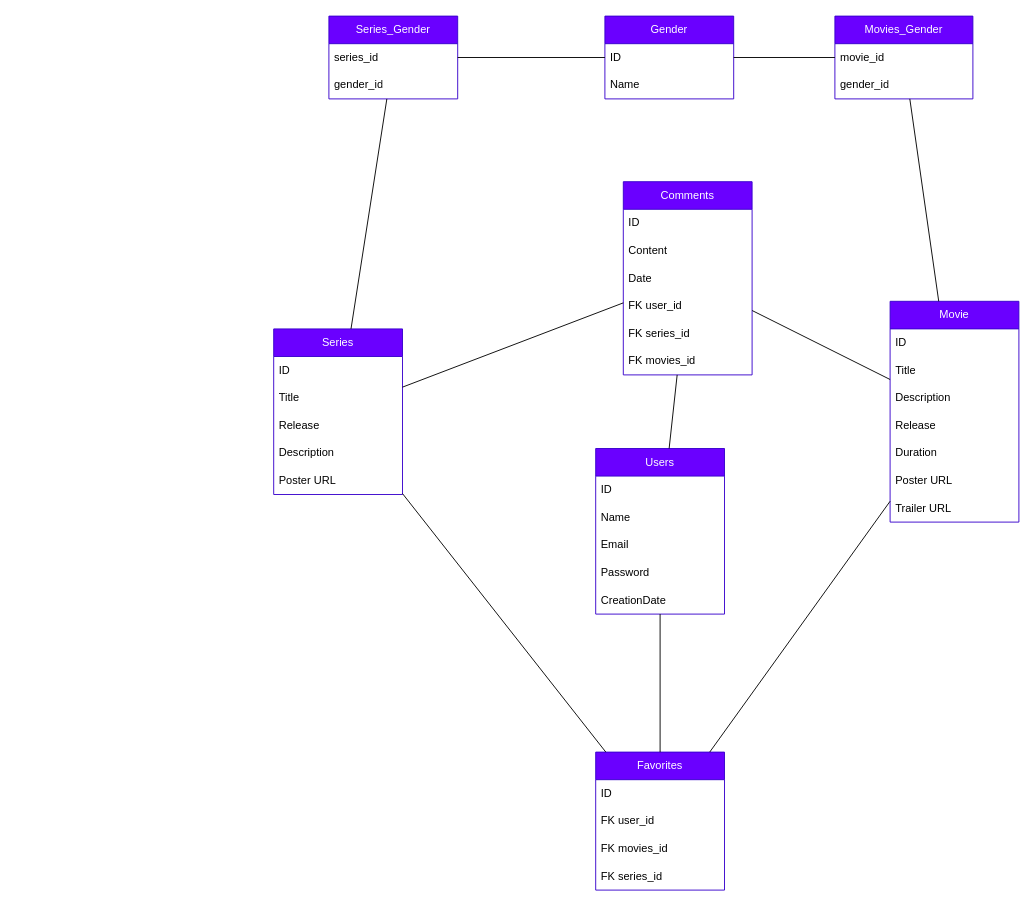
Before: code/server/merise/MCD.svg.drawio in Euca-Web/Movizz, a draw.io diagram. Source tidied: cells renumbered, new cells numbered last; positions are measured from the earlier drawing's top-left corner, leaving out a move shared by most shapes. Both pictures are drawn from the tidied source at 92%, with x=0, y=0 at pixel (273, 16).
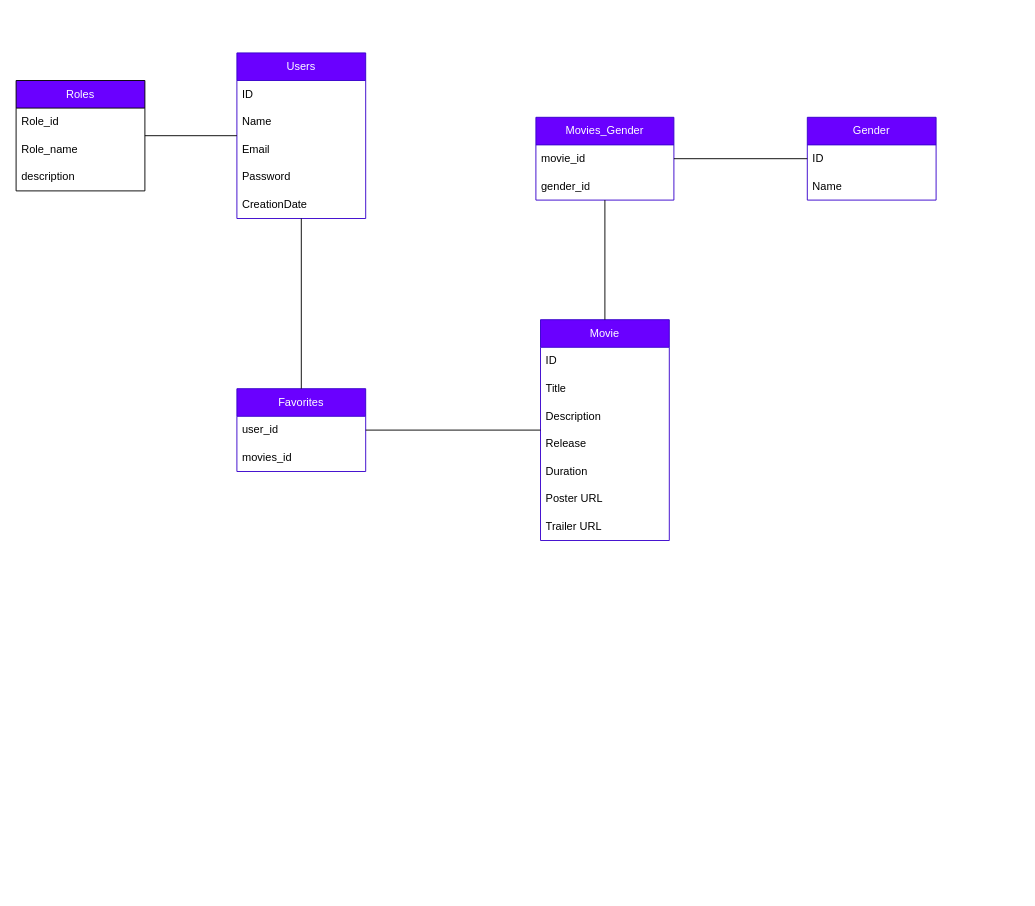
Above is the later version.

Change to the diagram source:
```diff
@@
     <mxCell id="2" value="Users" style="swimlane;fontStyle=0;horizontal=1;startSize=30;whiteSpace=wrap;html=1;fillColor=#6a00ff;fontColor=#ffffff;strokeColor=#3700CC;" parent="1" vertex="1">
-      <mxGeometry x="350" y="470" width="140" height="180" as="geometry" />
+      <mxGeometry x="-40" y="40" width="140" height="180" as="geometry" />
     </mxCell>
@@
     <mxCell id="8" value="Movie" style="swimlane;fontStyle=0;horizontal=1;startSize=30;whiteSpace=wrap;html=1;fillColor=#6a00ff;fontColor=#ffffff;strokeColor=#3700CC;" parent="1" vertex="1">
-      <mxGeometry x="670" y="310" width="140" height="240" as="geometry" />
+      <mxGeometry x="290" y="330" width="140" height="240" as="geometry" />
     </mxCell>
@@
     <mxCell id="16" value="Movies_Gender" style="swimlane;fontStyle=0;horizontal=1;startSize=30;whiteSpace=wrap;html=1;fillColor=#6a00ff;fontColor=#ffffff;strokeColor=#3700CC;" parent="1" vertex="1">
-      <mxGeometry x="610" width="150" height="90" as="geometry" />
+      <mxGeometry x="285" y="110" width="150" height="90" as="geometry" />
     </mxCell>
@@
     <mxCell id="19" value="Gender" style="swimlane;fontStyle=0;horizontal=1;startSize=30;whiteSpace=wrap;html=1;fillColor=#6a00ff;fontColor=#ffffff;strokeColor=#3700CC;" parent="1" vertex="1">
-      <mxGeometry x="360" width="140" height="90" as="geometry" />
+      <mxGeometry x="580" y="110" width="140" height="90" as="geometry" />
     </mxCell>
@@
-    <mxCell id="22" value="Series" style="swimlane;fontStyle=0;horizontal=1;startSize=30;whiteSpace=wrap;html=1;fillColor=#6a00ff;fontColor=#ffffff;strokeColor=#3700CC;" parent="1" vertex="1">
-      <mxGeometry y="340" width="140" height="180" as="geometry" />
-    </mxCell>
-    <mxCell id="23" value="ID" style="text;strokeColor=none;fillColor=none;align=left;verticalAlign=middle;spacingLeft=4;spacingRight=4;overflow=hidden;whiteSpace=wrap;html=1;" parent="22" vertex="1">
-      <mxGeometry y="30" width="140" height="30" as="geometry" />
-    </mxCell>
-    <mxCell id="24" value="Title" style="text;strokeColor=none;fillColor=none;align=left;verticalAlign=middle;spacingLeft=4;spacingRight=4;overflow=hidden;whiteSpace=wrap;html=1;" parent="22" vertex="1">
-      <mxGeometry y="60" width="140" height="30" as="geometry" />
-    </mxCell>
-    <mxCell id="25" value="Release" style="text;strokeColor=none;fillColor=none;align=left;verticalAlign=middle;spacingLeft=4;spacingRight=4;overflow=hidden;whiteSpace=wrap;html=1;" parent="22" vertex="1">
-      <mxGeometry y="90" width="140" height="30" as="geometry" />
-    </mxCell>
-    <mxCell id="26" value="Description" style="text;strokeColor=none;fillColor=none;align=left;verticalAlign=middle;spacingLeft=4;spacingRight=4;overflow=hidden;whiteSpace=wrap;html=1;" parent="22" vertex="1">
-      <mxGeometry y="120" width="140" height="30" as="geometry" />
-    </mxCell>
-    <mxCell id="27" value="Poster URL" style="text;strokeColor=none;fillColor=none;align=left;verticalAlign=middle;spacingLeft=4;spacingRight=4;overflow=hidden;whiteSpace=wrap;html=1;" parent="22" vertex="1">
-      <mxGeometry y="150" width="140" height="30" as="geometry" />
-    </mxCell>
-    <mxCell id="28" value="Series_Gender" style="swimlane;fontStyle=0;horizontal=1;startSize=30;whiteSpace=wrap;html=1;fillColor=#6a00ff;fontColor=#ffffff;strokeColor=#3700CC;" parent="1" vertex="1">
-      <mxGeometry x="60" width="140" height="90" as="geometry" />
-    </mxCell>
-    <mxCell id="29" value="series_id" style="text;strokeColor=none;fillColor=none;align=left;verticalAlign=middle;spacingLeft=4;spacingRight=4;overflow=hidden;whiteSpace=wrap;html=1;" parent="28" vertex="1">
-      <mxGeometry y="30" width="140" height="30" as="geometry" />
-    </mxCell>
-    <mxCell id="30" value="gender_id" style="text;strokeColor=none;fillColor=none;align=left;verticalAlign=middle;spacingLeft=4;spacingRight=4;overflow=hidden;whiteSpace=wrap;html=1;" parent="28" vertex="1">
-      <mxGeometry y="60" width="140" height="30" as="geometry" />
-    </mxCell>
-    <mxCell id="31" value="Comments" style="swimlane;fontStyle=0;horizontal=1;startSize=30;whiteSpace=wrap;html=1;fillColor=#6a00ff;fontColor=#ffffff;strokeColor=#3700CC;" parent="1" vertex="1">
-      <mxGeometry x="380" y="180" width="140" height="210" as="geometry" />
-    </mxCell>
-    <mxCell id="32" value="ID" style="text;strokeColor=none;fillColor=none;align=left;verticalAlign=middle;spacingLeft=4;spacingRight=4;overflow=hidden;whiteSpace=wrap;html=1;" parent="31" vertex="1">
-      <mxGeometry y="30" width="140" height="30" as="geometry" />
-    </mxCell>
-    <mxCell id="33" value="Content" style="text;strokeColor=none;fillColor=none;align=left;verticalAlign=middle;spacingLeft=4;spacingRight=4;overflow=hidden;whiteSpace=wrap;html=1;" parent="31" vertex="1">
-      <mxGeometry y="60" width="140" height="30" as="geometry" />
-    </mxCell>
-    <mxCell id="34" value="Date" style="text;strokeColor=none;fillColor=none;align=left;verticalAlign=middle;spacingLeft=4;spacingRight=4;overflow=hidden;whiteSpace=wrap;html=1;" parent="31" vertex="1">
-      <mxGeometry y="90" width="140" height="30" as="geometry" />
-    </mxCell>
-    <mxCell id="35" value="FK user_id" style="text;strokeColor=none;fillColor=none;align=left;verticalAlign=middle;spacingLeft=4;spacingRight=4;overflow=hidden;whiteSpace=wrap;html=1;" parent="31" vertex="1">
-      <mxGeometry y="120" width="140" height="30" as="geometry" />
-    </mxCell>
-    <mxCell id="36" value="FK series_id" style="text;strokeColor=none;fillColor=none;align=left;verticalAlign=middle;spacingLeft=4;spacingRight=4;overflow=hidden;whiteSpace=wrap;html=1;" parent="31" vertex="1">
-      <mxGeometry y="150" width="140" height="30" as="geometry" />
-    </mxCell>
-    <mxCell id="37" value="FK movies_id" style="text;strokeColor=none;fillColor=none;align=left;verticalAlign=middle;spacingLeft=4;spacingRight=4;overflow=hidden;whiteSpace=wrap;html=1;" parent="31" vertex="1">
-      <mxGeometry y="180" width="140" height="30" as="geometry" />
-    </mxCell>
     <mxCell id="38" value="Favorites" style="swimlane;fontStyle=0;horizontal=1;startSize=30;whiteSpace=wrap;html=1;fillColor=#6a00ff;fontColor=#ffffff;strokeColor=#3700CC;" parent="1" vertex="1">
-      <mxGeometry x="350" y="800" width="140" height="150" as="geometry" />
+      <mxGeometry x="-40" y="405" width="140" height="90" as="geometry" />
     </mxCell>
-    <mxCell id="39" value="ID" style="text;strokeColor=none;fillColor=none;align=left;verticalAlign=middle;spacingLeft=4;spacingRight=4;overflow=hidden;whiteSpace=wrap;html=1;" parent="38" vertex="1">
-      <mxGeometry y="30" width="140" height="30" as="geometry" />
-    </mxCell>
-    <mxCell id="40" value="FK user_id" style="text;strokeColor=none;fillColor=none;align=left;verticalAlign=middle;spacingLeft=4;spacingRight=4;overflow=hidden;whiteSpace=wrap;html=1;" parent="38" vertex="1">
-      <mxGeometry y="60" width="140" height="30" as="geometry" />
+    <mxCell id="40" value="user_id" style="text;strokeColor=none;fillColor=none;align=left;verticalAlign=middle;spacingLeft=4;spacingRight=4;overflow=hidden;whiteSpace=wrap;html=1;" parent="38" vertex="1">
+      <mxGeometry y="30" width="140" height="30" as="geometry" />
     </mxCell>
-    <mxCell id="41" value="FK movies_id" style="text;strokeColor=none;fillColor=none;align=left;verticalAlign=middle;spacingLeft=4;spacingRight=4;overflow=hidden;whiteSpace=wrap;html=1;" parent="38" vertex="1">
-      <mxGeometry y="90" width="140" height="30" as="geometry" />
+    <mxCell id="41" value="movies_id" style="text;strokeColor=none;fillColor=none;align=left;verticalAlign=middle;spacingLeft=4;spacingRight=4;overflow=hidden;whiteSpace=wrap;html=1;" parent="38" vertex="1">
+      <mxGeometry y="60" width="140" height="30" as="geometry" />
     </mxCell>
-    <mxCell id="42" value="FK series_id" style="text;strokeColor=none;fillColor=none;align=left;verticalAlign=middle;spacingLeft=4;spacingRight=4;overflow=hidden;whiteSpace=wrap;html=1;" parent="38" vertex="1">
-      <mxGeometry y="120" width="140" height="30" as="geometry" />
-    </mxCell>
@@
-    <mxCell id="45" style="endArrow=none;html=1;" parent="1" edge="1" source="19" target="28">
-      <mxGeometry relative="1" as="geometry" />
-    </mxCell>
-    <mxCell id="46" style="endArrow=none;html=1;" parent="1" edge="1" source="22" target="28">
-      <mxGeometry relative="1" as="geometry" />
-    </mxCell>
-    <mxCell id="47" style="endArrow=none;html=1;" parent="1" edge="1" source="2" target="31">
-      <mxGeometry relative="1" as="geometry" />
-    </mxCell>
-    <mxCell id="48" style="endArrow=none;html=1;" parent="1" edge="1" source="31" target="8">
-      <mxGeometry relative="1" as="geometry" />
-    </mxCell>
-    <mxCell id="49" style="endArrow=none;html=1;" parent="1" edge="1" source="31" target="22">
-      <mxGeometry relative="1" as="geometry" />
-    </mxCell>
@@
-    <mxCell id="52" style="endArrow=none;html=1;" parent="1" edge="1" source="22" target="38">
-      <mxGeometry relative="1" as="geometry" />
-    </mxCell>
+    <mxCell id="53" style="endArrow=none;html=1;" parent="1" edge="1" source="2">
+      <mxGeometry relative="1" as="geometry">
+        <mxPoint x="30" y="220" as="targetPoint" />
+      </mxGeometry>
+    </mxCell>
+    <mxCell id="54" value="&lt;font style=&quot;color: rgb(255, 255, 255);&quot;&gt;Roles&lt;/font&gt;" style="swimlane;fontStyle=0;horizontal=1;startSize=30;whiteSpace=wrap;html=1;fillColor=#6A00FF;" parent="1" vertex="1">
+      <mxGeometry x="-280" y="70" width="140" height="120" as="geometry" />
+    </mxCell>
+    <mxCell id="55" value="Role_id" style="text;strokeColor=none;fillColor=none;align=left;verticalAlign=middle;spacingLeft=4;spacingRight=4;overflow=hidden;whiteSpace=wrap;html=1;" parent="54" vertex="1">
+      <mxGeometry y="30" width="140" height="30" as="geometry" />
+    </mxCell>
+    <mxCell id="56" value="Role_name" style="text;strokeColor=none;fillColor=none;align=left;verticalAlign=middle;spacingLeft=4;spacingRight=4;overflow=hidden;whiteSpace=wrap;html=1;" parent="54" vertex="1">
+      <mxGeometry y="60" width="140" height="30" as="geometry" />
+    </mxCell>
+    <mxCell id="57" value="description" style="text;strokeColor=none;fillColor=none;align=left;verticalAlign=middle;spacingLeft=4;spacingRight=4;overflow=hidden;whiteSpace=wrap;html=1;" parent="54" vertex="1">
+      <mxGeometry y="90" width="140" height="30" as="geometry" />
+    </mxCell>
+    <mxCell id="58" style="endArrow=none;html=1;" parent="1" edge="1" source="54" target="2">
+      <mxGeometry relative="1" as="geometry" />
+    </mxCell>
```
